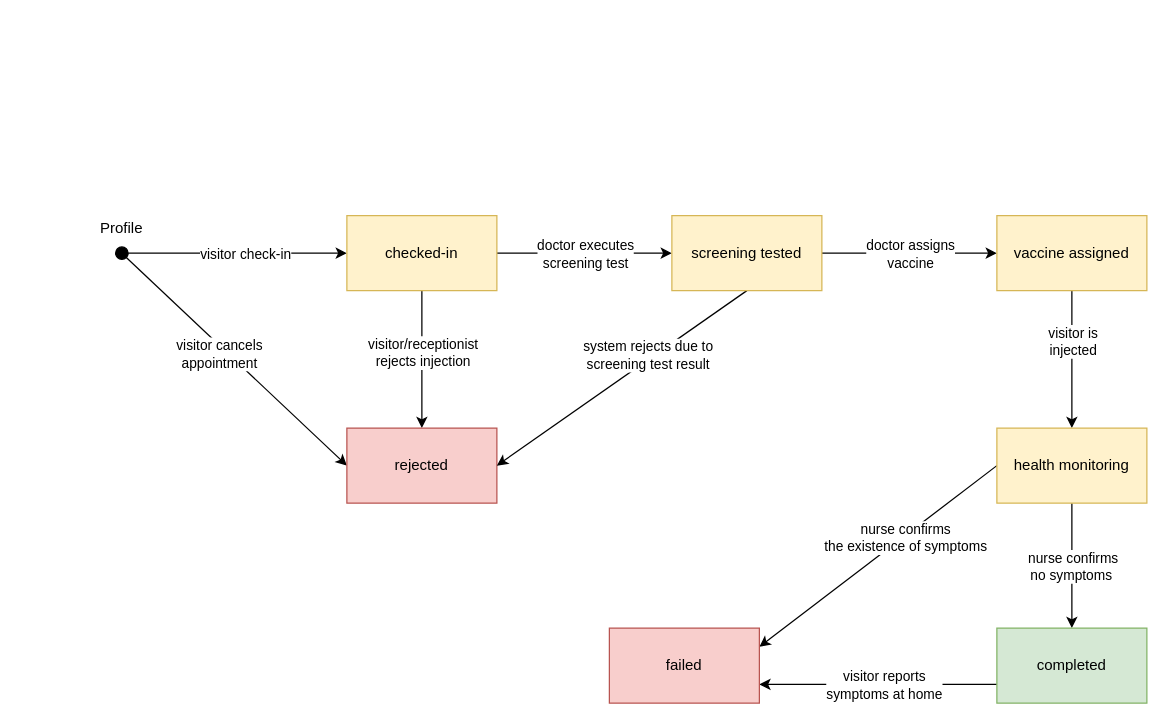
The draw.io diagram page "Profile State Machine" (8 of 8) of docs/design.drawio in censodev/aptech_prj600, before the edit. Source tidied: cells renumbered, new cells numbered last; positions are measured from the earlier drawing's top-left corner, leaving out a move shared by most shapes. Both pictures are drawn from the tidied source at 125%, with x=0, y=0 at pixel (84, 209).
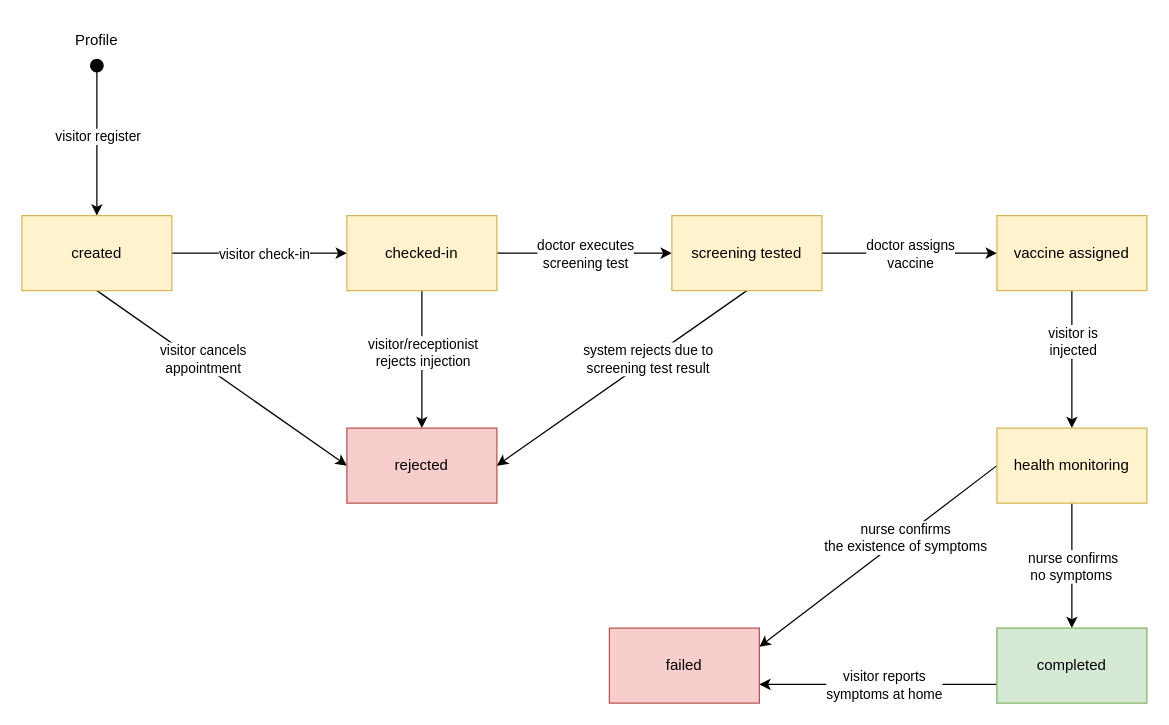
Above is the later version.

The change refers to these unchanged cells:
```xml
<mxCell id="12" value="checked-in" style="rounded=0;whiteSpace=wrap;html=1;fillColor=#fff2cc;strokeColor=#d6b656;" parent="1" vertex="1">
  <mxGeometry x="210" y="5" width="120" height="60" as="geometry" />
</mxCell>
<mxCell id="13" value="rejected" style="rounded=0;whiteSpace=wrap;html=1;fillColor=#f8cecc;strokeColor=#b85450;" parent="1" vertex="1">
  <mxGeometry x="210" y="175" width="120" height="60" as="geometry" />
</mxCell>
<mxCell id="14" style="edgeStyle=none;rounded=0;jettySize=auto;html=1;exitX=0.5;exitY=1;exitDx=0;exitDy=0;entryX=1;entryY=0.5;entryDx=0;entryDy=0;" parent="1" edge="1" source="18" target="13">
  <mxGeometry relative="1" as="geometry" />
</mxCell>
```

What changed in the source:
```diff
@@
-    <mxCell id="2" style="edgeStyle=orthogonalEdgeStyle;rounded=0;jettySize=auto;html=1;exitX=1;exitY=0.5;exitDx=0;exitDy=0;entryX=0;entryY=0.5;entryDx=0;entryDy=0;" parent="1" edge="1" source="6" target="12">
+    <mxCell id="2" style="edgeStyle=orthogonalEdgeStyle;rounded=0;jettySize=auto;html=1;exitX=1;exitY=0.5;exitDx=0;exitDy=0;entryX=0;entryY=0.5;entryDx=0;entryDy=0;" parent="1" edge="1" source="33" target="12">
       <mxGeometry relative="1" as="geometry" />
     </mxCell>
@@
-    <mxCell id="4" style="edgeStyle=none;rounded=0;jettySize=auto;html=1;exitX=1;exitY=1;exitDx=0;exitDy=0;entryX=0;entryY=0.5;entryDx=0;entryDy=0;" parent="1" edge="1" source="6" target="13">
+    <mxCell id="4" style="edgeStyle=none;rounded=0;jettySize=auto;html=1;exitX=0.5;exitY=1;exitDx=0;exitDy=0;entryX=0;entryY=0.5;entryDx=0;entryDy=0;" parent="1" edge="1" source="33" target="13">
       <mxGeometry relative="1" as="geometry" />
     </mxCell>
     <mxCell id="5" value="visitor cancels&lt;br&gt;appointment" style="edgeLabel;html=1;align=center;verticalAlign=middle;" parent="4" vertex="1">
       <mxGeometry x="-0.12" y="-1" relative="1" as="geometry">
-        <mxPoint x="-3" y="3" as="offset" />
+        <mxPoint x="-3" y="-8" as="offset" />
       </mxGeometry>
     </mxCell>
+    <mxCell id="31" style="edgeStyle=orthogonalEdgeStyle;rounded=0;jettySize=auto;html=1;exitX=0.5;exitY=1;exitDx=0;exitDy=0;" parent="1" edge="1" source="6" target="33">
+      <mxGeometry relative="1" as="geometry" />
+    </mxCell>
+    <mxCell id="32" value="visitor register" style="edgeLabel;html=1;align=center;verticalAlign=middle;" parent="31" vertex="1">
+      <mxGeometry x="-0.11" relative="1" as="geometry" />
+    </mxCell>
     <mxCell id="6" style="ellipse;whiteSpace=wrap;html=1;fillColor=#000000;" parent="1" vertex="1">
-      <mxGeometry x="25" y="30" width="10" height="10" as="geometry" />
+      <mxGeometry x="5" y="-120" width="10" height="10" as="geometry" />
     </mxCell>
     <mxCell id="7" value="Profile" style="text;html=1;strokeColor=none;fillColor=none;align=center;verticalAlign=middle;whiteSpace=wrap;rounded=0;" parent="1" vertex="1">
-      <mxGeometry width="60" height="30" as="geometry" />
+      <mxGeometry x="-20" y="-150" width="60" height="30" as="geometry" />
     </mxCell>
@@
     <mxCell id="15" value="system rejects due to&lt;br&gt;screening test result" style="edgeLabel;html=1;align=center;verticalAlign=middle;" parent="14" vertex="1">
       <mxGeometry x="-0.09" y="2" relative="1" as="geometry">
-        <mxPoint x="10" y="-14" as="offset" />
+        <mxPoint x="10" y="-11" as="offset" />
       </mxGeometry>
     </mxCell>
@@
+    <mxCell id="33" value="created" style="rounded=0;whiteSpace=wrap;html=1;fillColor=#fff2cc;strokeColor=#d6b656;" parent="1" vertex="1">
+      <mxGeometry x="-50" y="5" width="120" height="60" as="geometry" />
+    </mxCell>
```
